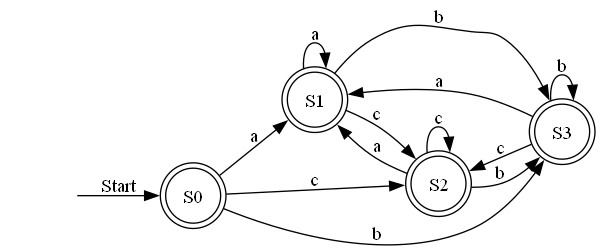
Above: model/DFA.gv.png in SarahElzayat/regex_nfa (Graphviz), before the change. Its source is kept beside it as model/DFA.gv.
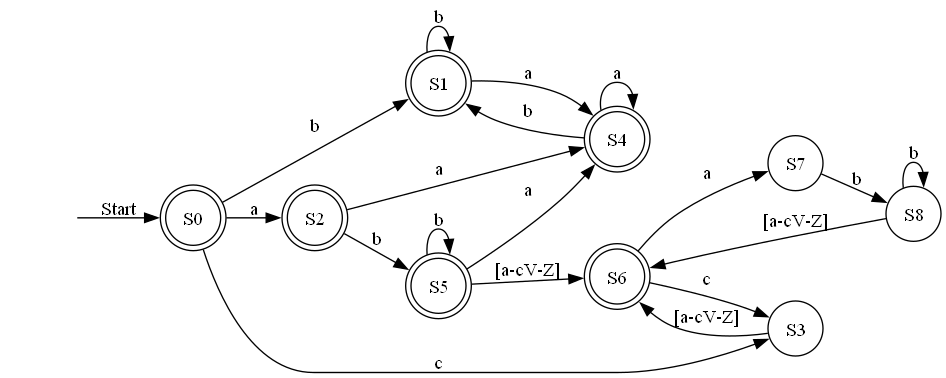
The same file after the commit.

The edit, as a diff of the source:
```diff
@@ -5,18 +5,29 @@
 	S0 [label=S0 shape=doublecircle]
 	S1 [label=S1 shape=doublecircle]
 	S2 [label=S2 shape=doublecircle]
-	S3 [label=S3 shape=doublecircle]
+	S3 [label=S3 shape=circle]
+	S4 [label=S4 shape=doublecircle]
+	S5 [label=S5 shape=doublecircle]
+	S6 [label=S6 shape=doublecircle]
+	S7 [label=S7 shape=circle]
+	S8 [label=S8 shape=circle]
 	"" -> S0 [label=Start]
-	S0 -> S1 [label=a]
-	S0 -> S2 [label=c]
-	S0 -> S3 [label=b]
-	S1 -> S1 [label=a]
-	S1 -> S2 [label=c]
-	S1 -> S3 [label=b]
-	S2 -> S1 [label=a]
-	S2 -> S2 [label=c]
-	S2 -> S3 [label=b]
-	S3 -> S1 [label=a]
-	S3 -> S2 [label=c]
-	S3 -> S3 [label=b]
+	S0 -> S1 [label=b]
+	S0 -> S2 [label=a]
+	S0 -> S3 [label=c]
+	S1 -> S1 [label=b]
+	S1 -> S4 [label=a]
+	S2 -> S5 [label=b]
+	S2 -> S4 [label=a]
+	S3 -> S6 [label="[a-cV-Z]"]
+	S4 -> S1 [label=b]
+	S4 -> S4 [label=a]
+	S5 -> S5 [label=b]
+	S5 -> S6 [label="[a-cV-Z]"]
+	S5 -> S4 [label=a]
+	S6 -> S3 [label=c]
+	S6 -> S7 [label=a]
+	S7 -> S8 [label=b]
+	S8 -> S8 [label=b]
+	S8 -> S6 [label="[a-cV-Z]"]
 }
```
